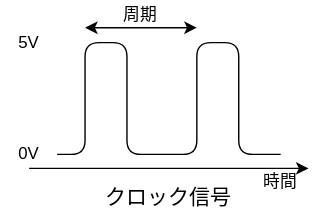
Before: RelayComputer/img/clock.drawio.svg, a diagram exported from draw.io (Next-MICON/Next-MOCON.github.io). Source tidied: cells renumbered, new cells last; positions are measured from the earlier drawing's top-left corner, leaving out a move shared by most shapes.
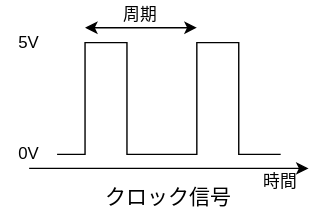
After the change.

What changed in the source:
```diff
@@ -2,7 +2,7 @@
   <root>
     <mxCell id="0" />
     <mxCell id="1" parent="0" />
-    <mxCell id="2" style="endArrow=none;html=1;" parent="1" edge="1">
+    <mxCell id="2" style="endArrow=none;html=1;rounded=0;" parent="1" edge="1">
       <mxGeometry relative="1" as="geometry">
         <mxPoint x="40" y="110" as="sourcePoint" />
         <mxPoint x="200" y="110" as="targetPoint" />
```
